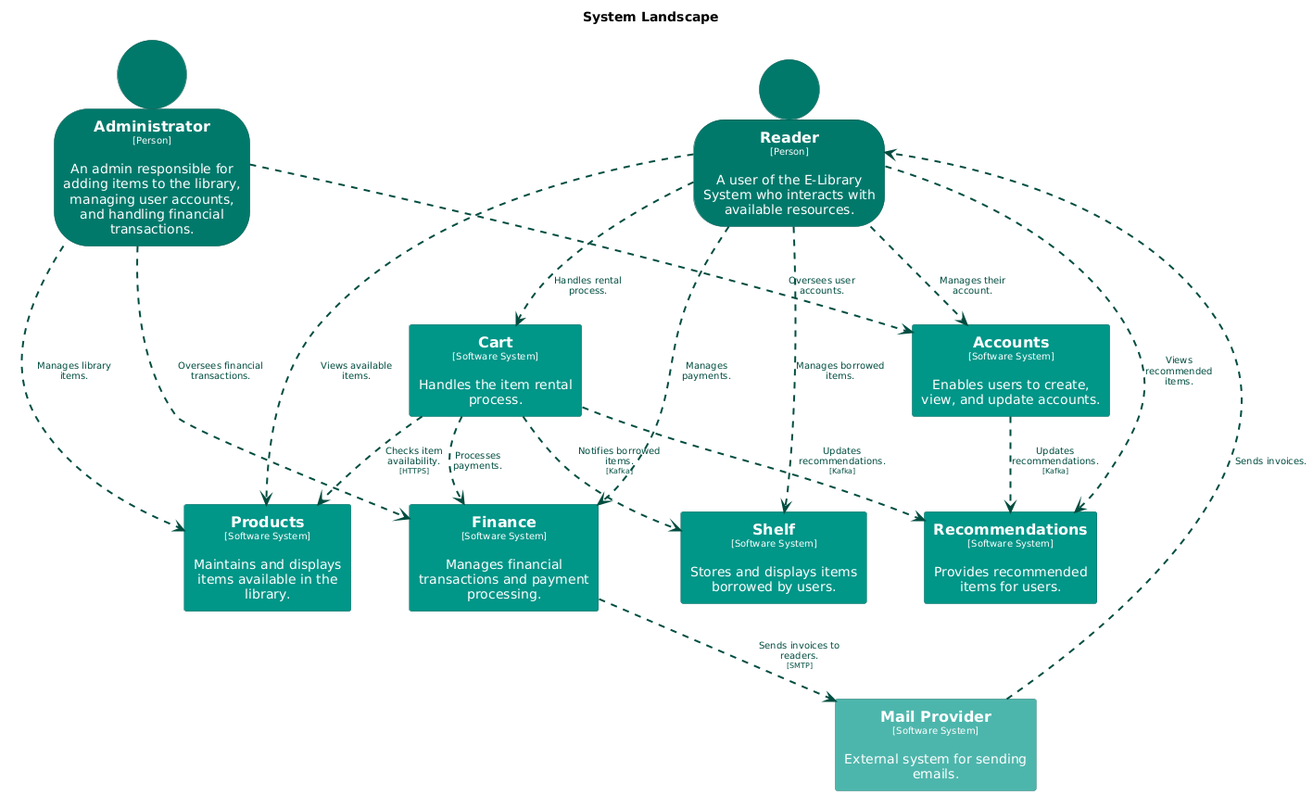
The PlantUML diagram main/png/SystemLandscape.png in Goodmorning918/E-Library-Architecture, before a commit.
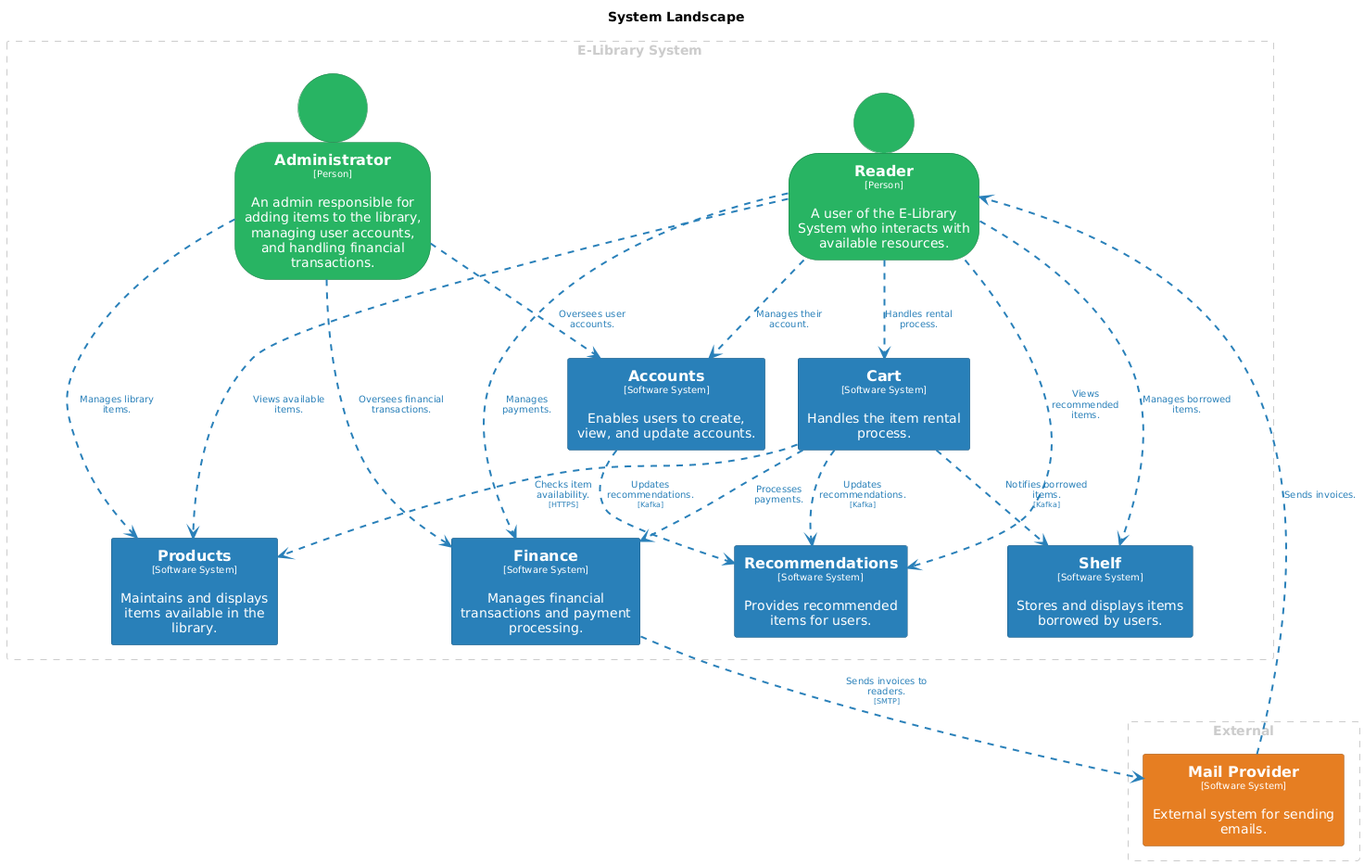
The same file after the commit.

What changed in the source:
```diff
@@ -14,84 +14,98 @@
 hide stereotype
 
 skinparam rectangle<<Accounts>> {
-  BackgroundColor #009688
+  BackgroundColor #2980b9
   FontColor #ffffff
-  BorderColor #00695f
+  BorderColor #1c5981
   shadowing false
 }
 skinparam person<<Administrator>> {
-  BackgroundColor #00796b
+  BackgroundColor #28b463
   FontColor #ffffff
-  BorderColor #00544a
+  BorderColor #1c7d45
   shadowing false
 }
 skinparam rectangle<<Cart>> {
-  BackgroundColor #009688
+  BackgroundColor #2980b9
   FontColor #ffffff
-  BorderColor #00695f
+  BorderColor #1c5981
   shadowing false
 }
 skinparam rectangle<<Finance>> {
-  BackgroundColor #009688
+  BackgroundColor #2980b9
   FontColor #ffffff
-  BorderColor #00695f
+  BorderColor #1c5981
   shadowing false
 }
 skinparam rectangle<<MailProvider>> {
-  BackgroundColor #4db6ac
+  BackgroundColor #e67e22
   FontColor #ffffff
-  BorderColor #357f78
+  BorderColor #a15817
   shadowing false
 }
 skinparam rectangle<<Products>> {
-  BackgroundColor #009688
+  BackgroundColor #2980b9
   FontColor #ffffff
-  BorderColor #00695f
+  BorderColor #1c5981
   shadowing false
 }
 skinparam person<<Reader>> {
-  BackgroundColor #00796b
+  BackgroundColor #28b463
   FontColor #ffffff
-  BorderColor #00544a
+  BorderColor #1c7d45
   shadowing false
 }
 skinparam rectangle<<Recommendations>> {
-  BackgroundColor #009688
+  BackgroundColor #2980b9
   FontColor #ffffff
-  BorderColor #00695f
+  BorderColor #1c5981
   shadowing false
 }
 skinparam rectangle<<Shelf>> {
-  BackgroundColor #009688
+  BackgroundColor #2980b9
   FontColor #ffffff
-  BorderColor #00695f
+  BorderColor #1c5981
   shadowing false
 }
 
-person "==Reader\n<size:10>[Person]</size>\n\nA user of the E-Library System who interacts with available resources." <<Reader>> as Reader
-rectangle "==Products\n<size:10>[Software System]</size>\n\nMaintains and displays items available in the library." <<Products>> as Products
-rectangle "==Cart\n<size:10>[Software System]</size>\n\nHandles the item rental process." <<Cart>> as Cart
-rectangle "==Recommendations\n<size:10>[Software System]</size>\n\nProvides recommended items for users." <<Recommendations>> as Recommendations
-person "==Administrator\n<size:10>[Person]</size>\n\nAn admin responsible for adding items to the library, managing user accounts, and handling financial transactions." <<Administrator>> as Administrator
-rectangle "==Finance\n<size:10>[Software System]</size>\n\nManages financial transactions and payment processing." <<Finance>> as Finance
-rectangle "==Mail Provider\n<size:10>[Software System]</size>\n\nExternal system for sending emails." <<MailProvider>> as MailProvider
-rectangle "==Accounts\n<size:10>[Software System]</size>\n\nEnables users to create, view, and update accounts." <<Accounts>> as Accounts
-rectangle "==Shelf\n<size:10>[Software System]</size>\n\nStores and displays items borrowed by users." <<Shelf>> as Shelf
+rectangle "E-Library System" <<group1>> as group1 {
+  skinparam RectangleBorderColor<<group1>> #cccccc
+  skinparam RectangleFontColor<<group1>> #cccccc
+  skinparam RectangleBorderStyle<<group1>> dashed
 
-Reader .[#004d40,thickness=2].> Accounts : "<color:#004d40>Manages their account."
-Reader .[#004d40,thickness=2].> Shelf : "<color:#004d40>Manages borrowed items."
-Reader .[#004d40,thickness=2].> Products : "<color:#004d40>Views available items."
-Reader .[#004d40,thickness=2].> Cart : "<color:#004d40>Handles rental process."
-Reader .[#004d40,thickness=2].> Recommendations : "<color:#004d40>Views recommended items."
-Reader .[#004d40,thickness=2].> Finance : "<color:#004d40>Manages payments."
-Cart .[#004d40,thickness=2].> Finance : "<color:#004d40>Processes payments."
-Administrator .[#004d40,thickness=2].> Accounts : "<color:#004d40>Oversees user accounts."
-Administrator .[#004d40,thickness=2].> Products : "<color:#004d40>Manages library items."
-Administrator .[#004d40,thickness=2].> Finance : "<color:#004d40>Oversees financial transactions."
-MailProvider .[#004d40,thickness=2].> Reader : "<color:#004d40>Sends invoices."
-Accounts .[#004d40,thickness=2].> Recommendations : "<color:#004d40>Updates recommendations.\n<color:#004d40><size:8>[Kafka]</size>"
-Cart .[#004d40,thickness=2].> Recommendations : "<color:#004d40>Updates recommendations.\n<color:#004d40><size:8>[Kafka]</size>"
-Cart .[#004d40,thickness=2].> Shelf : "<color:#004d40>Notifies borrowed items.\n<color:#004d40><size:8>[Kafka]</size>"
-Cart .[#004d40,thickness=2].> Products : "<color:#004d40>Checks item availability.\n<color:#004d40><size:8>[HTTPS]</size>"
-Finance .[#004d40,thickness=2].> MailProvider : "<color:#004d40>Sends invoices to readers.\n<color:#004d40><size:8>[SMTP]</size>"
+  person "==Reader\n<size:10>[Person]</size>\n\nA user of the E-Library System who interacts with available resources." <<Reader>> as Reader
+  rectangle "==Products\n<size:10>[Software System]</size>\n\nMaintains and displays items available in the library." <<Products>> as Products
+  rectangle "==Cart\n<size:10>[Software System]</size>\n\nHandles the item rental process." <<Cart>> as Cart
+  rectangle "==Recommendations\n<size:10>[Software System]</size>\n\nProvides recommended items for users." <<Recommendations>> as Recommendations
+  person "==Administrator\n<size:10>[Person]</size>\n\nAn admin responsible for adding items to the library, managing user accounts, and handling financial transactions." <<Administrator>> as Administrator
+  rectangle "==Finance\n<size:10>[Software System]</size>\n\nManages financial transactions and payment processing." <<Finance>> as Finance
+  rectangle "==Accounts\n<size:10>[Software System]</size>\n\nEnables users to create, view, and update accounts." <<Accounts>> as Accounts
+  rectangle "==Shelf\n<size:10>[Software System]</size>\n\nStores and displays items borrowed by users." <<Shelf>> as Shelf
+}
+
+rectangle "External" <<group2>> as group2 {
+  skinparam RectangleBorderColor<<group2>> #cccccc
+  skinparam RectangleFontColor<<group2>> #cccccc
+  skinparam RectangleBorderStyle<<group2>> dashed
+
+  rectangle "==Mail Provider\n<size:10>[Software System]</size>\n\nExternal system for sending emails." <<MailProvider>> as MailProvider
+}
+
+
+Reader .[#2980b9,thickness=2].> Accounts : "<color:#2980b9>Manages their account."
+Reader .[#2980b9,thickness=2].> Shelf : "<color:#2980b9>Manages borrowed items."
+Reader .[#2980b9,thickness=2].> Products : "<color:#2980b9>Views available items."
+Reader .[#2980b9,thickness=2].> Cart : "<color:#2980b9>Handles rental process."
+Reader .[#2980b9,thickness=2].> Recommendations : "<color:#2980b9>Views recommended items."
+Reader .[#2980b9,thickness=2].> Finance : "<color:#2980b9>Manages payments."
+Cart .[#2980b9,thickness=2].> Finance : "<color:#2980b9>Processes payments."
+Administrator .[#2980b9,thickness=2].> Accounts : "<color:#2980b9>Oversees user accounts."
+Administrator .[#2980b9,thickness=2].> Products : "<color:#2980b9>Manages library items."
+Administrator .[#2980b9,thickness=2].> Finance : "<color:#2980b9>Oversees financial transactions."
+MailProvider .[#2980b9,thickness=2].> Reader : "<color:#2980b9>Sends invoices."
+Accounts .[#2980b9,thickness=2].> Recommendations : "<color:#2980b9>Updates recommendations.\n<color:#2980b9><size:8>[Kafka]</size>"
+Cart .[#2980b9,thickness=2].> Recommendations : "<color:#2980b9>Updates recommendations.\n<color:#2980b9><size:8>[Kafka]</size>"
+Cart .[#2980b9,thickness=2].> Shelf : "<color:#2980b9>Notifies borrowed items.\n<color:#2980b9><size:8>[Kafka]</size>"
+Cart .[#2980b9,thickness=2].> Products : "<color:#2980b9>Checks item availability.\n<color:#2980b9><size:8>[HTTPS]</size>"
+Finance .[#2980b9,thickness=2].> MailProvider : "<color:#2980b9>Sends invoices to readers.\n<color:#2980b9><size:8>[SMTP]</size>"
 @enduml
```
